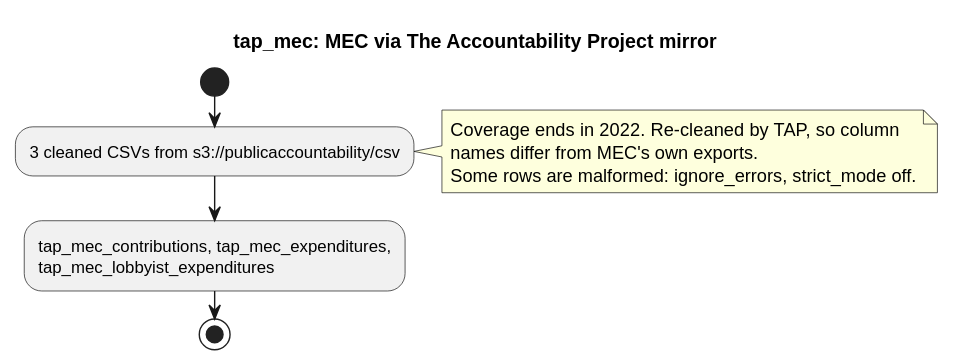
Above: docs/diagrams/sources/tap_mec.svg in akettmann/missouri_gov_feed (PlantUML), before the change. Its source is kept beside it as docs/diagrams/sources/tap_mec.puml.
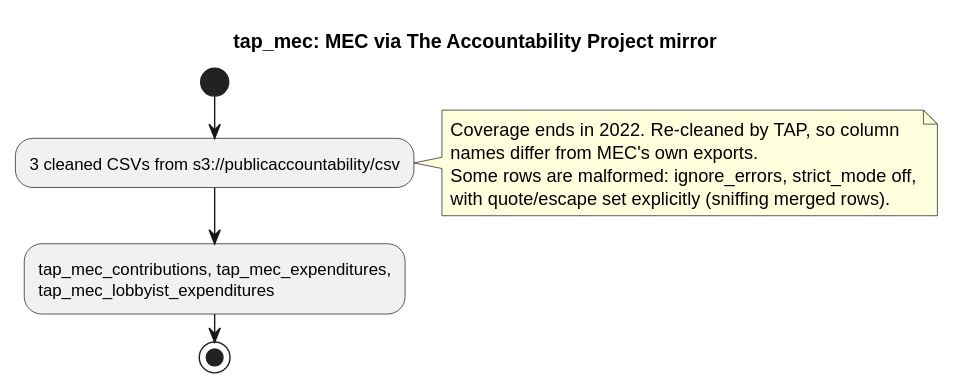
Above is the later version.

Commit message:
Stop CSV loaders silently dropping rows: set quote/escape explicitly

Change to the diagram source:
```diff
@@ -5,7 +5,8 @@
 note right
   Coverage ends in 2022. Re-cleaned by TAP, so column
   names differ from MEC's own exports.
-  Some rows are malformed: ignore_errors, strict_mode off.
+  Some rows are malformed: ignore_errors, strict_mode off,
+  with quote/escape set explicitly (sniffing merged rows).
 end note
 :tap_mec_contributions, tap_mec_expenditures,
 tap_mec_lobbyist_expenditures;
```
